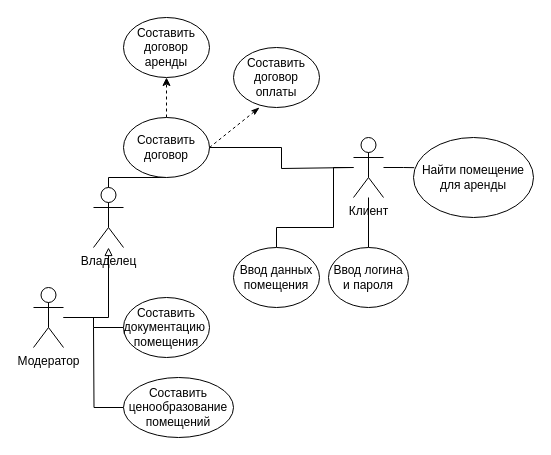
The draw.io diagram Диаграмма без названия.drawio in BariNiaz/Botai, before the edit. Source tidied: cells renumbered, new cells numbered last; positions are measured from the earlier drawing's top-left corner, leaving out a move shared by most shapes. Both pictures are drawn from the tidied source at 100%, with x=0, y=0 at pixel (33, 17).
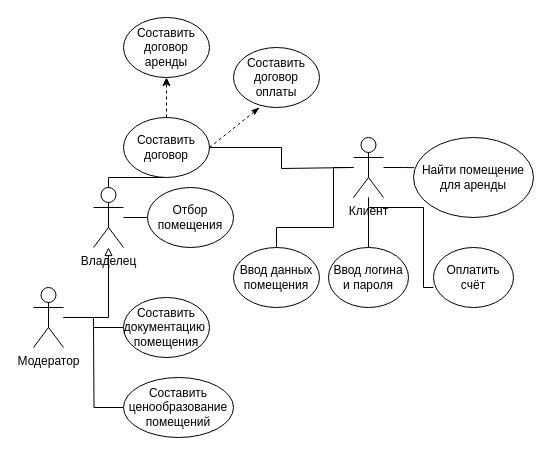
Above is the later version.

The change refers to these unchanged cells:
```xml
<mxCell id="2" value="Владелец" style="shape=umlActor;verticalLabelPosition=bottom;verticalAlign=top;html=1;outlineConnect=0;" parent="1" vertex="1">
  <mxGeometry x="60" y="170" width="30" height="60" as="geometry" />
</mxCell>
<mxCell id="7" value="Клиент" style="shape=umlActor;verticalLabelPosition=bottom;verticalAlign=top;html=1;outlineConnect=0;" parent="1" vertex="1">
  <mxGeometry x="320" y="120" width="30" height="60" as="geometry" />
</mxCell>
```

The edit, as a diff of the source:
```diff
@@
+    <mxCell id="23" style="edgeStyle=orthogonalEdgeStyle;rounded=0;jettySize=auto;html=1;endArrow=none;endFill=0;" parent="1" edge="1" source="2" target="26">
+      <mxGeometry relative="1" as="geometry" />
+    </mxCell>
@@
+    <mxCell id="24" style="edgeStyle=orthogonalEdgeStyle;rounded=0;jettySize=auto;html=1;endArrow=none;endFill=0;" parent="1" edge="1" target="7">
+      <mxGeometry relative="1" as="geometry">
+        <mxPoint x="400" y="270" as="sourcePoint" />
+        <Array as="points">
+          <mxPoint x="390" y="270" />
+          <mxPoint x="390" y="190" />
+          <mxPoint x="335" y="190" />
+        </Array>
+      </mxGeometry>
+    </mxCell>
+    <mxCell id="25" value="Оплатить счёт" style="ellipse;whiteSpace=wrap;html=1;" parent="1" vertex="1">
+      <mxGeometry x="400" y="230" width="80" height="60" as="geometry" />
+    </mxCell>
+    <mxCell id="26" value="Отбор помещения" style="ellipse;whiteSpace=wrap;html=1;" parent="1" vertex="1">
+      <mxGeometry x="114" y="170" width="86" height="60" as="geometry" />
+    </mxCell>
```
